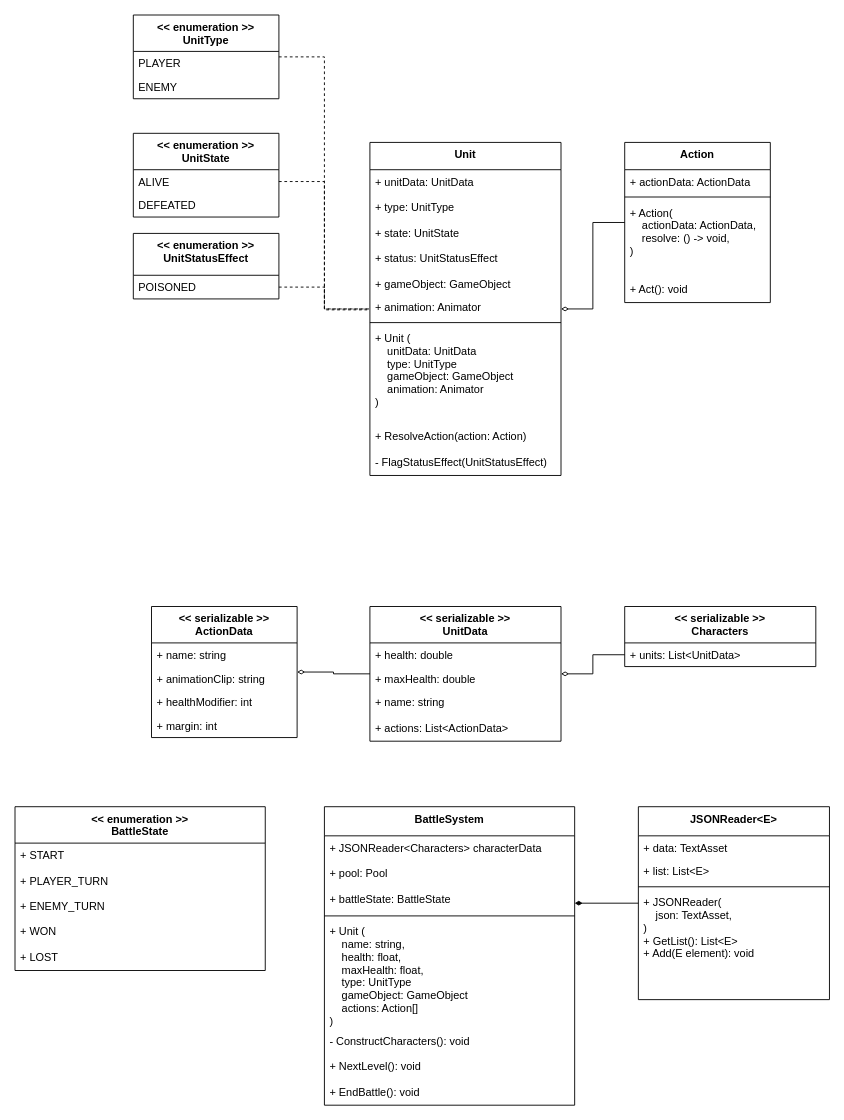
Above: Assets/Script/Battle/BattleSystem.drawio in ShinyRa/Brackeys-gamejam (draw.io), before the change. Source tidied: cells renumbered, new cells numbered last; positions are measured from the earlier drawing's top-left corner, leaving out a move shared by most shapes. Both pictures are drawn from the tidied source at 91%, with x=0, y=0 at pixel (15, 15).
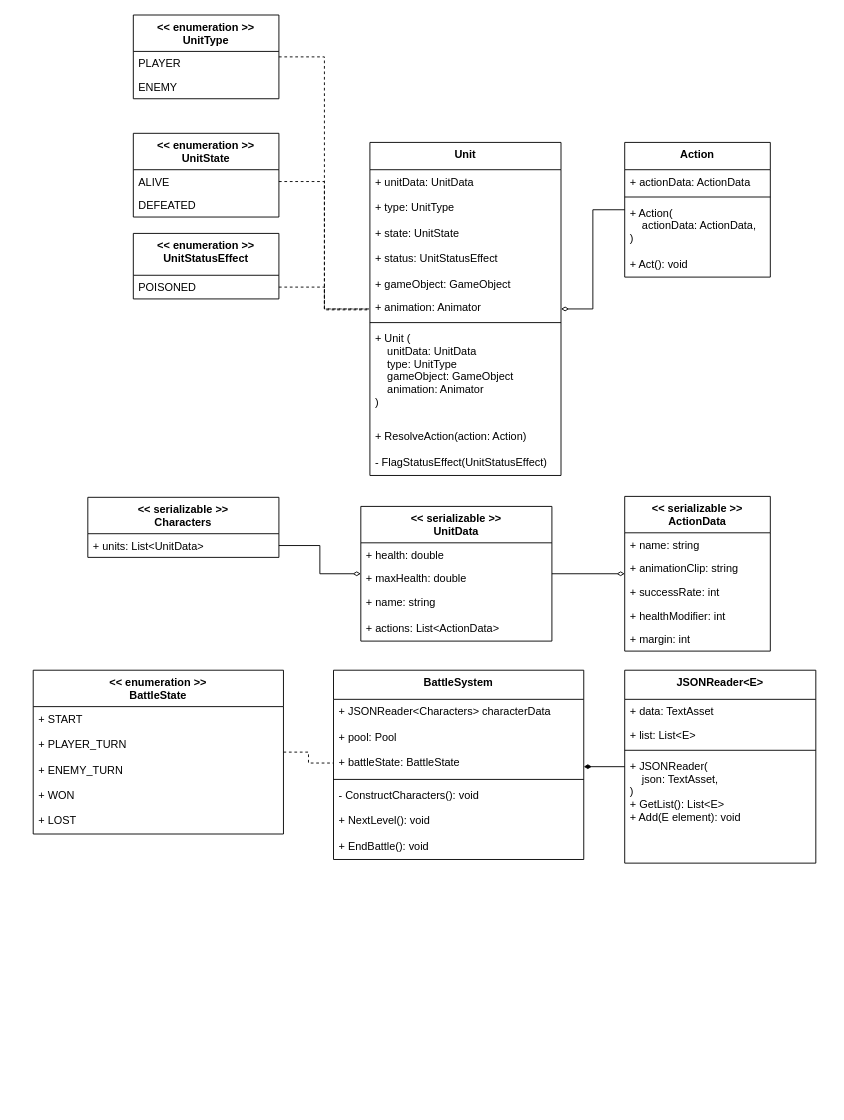
After the change.

Unchanged cells that the change refers to:
```xml
<mxCell id="33" value="+ battleState: BattleState" style="text;strokeColor=none;fillColor=none;align=left;verticalAlign=top;spacingLeft=4;spacingRight=4;overflow=hidden;points=[[0,0.5],[1,0.5]];portConstraint=eastwest;" parent="30" vertex="1">
  <mxGeometry y="88" width="275" height="28" as="geometry" />
</mxCell>
```

The edit, as a diff of the source:
```diff
@@
     <mxCell id="21" value="Action" style="swimlane;fontStyle=1;align=center;verticalAlign=top;horizontal=1;startSize=30;" parent="1" vertex="1">
-      <mxGeometry x="670" y="140" width="160" height="176" as="geometry" />
+      <mxGeometry x="670" y="140" width="160" height="148" as="geometry" />
     </mxCell>
@@
-    <mxCell id="24" value="+ Action(&#10;    actionData: ActionData,&#10;    resolve: () -&gt; void,&#10;)" style="text;strokeColor=none;fillColor=none;align=left;verticalAlign=top;spacingLeft=4;spacingRight=4;overflow=hidden;" parent="21" vertex="1">
-      <mxGeometry y="64" width="160" height="84" as="geometry" />
+    <mxCell id="24" value="+ Action(&#10;    actionData: ActionData,&#10;)" style="text;strokeColor=none;fillColor=none;align=left;verticalAlign=top;spacingLeft=4;spacingRight=4;overflow=hidden;" parent="21" vertex="1">
+      <mxGeometry y="64" width="160" height="56" as="geometry" />
     </mxCell>
     <mxCell id="25" value="+ Act(): void" style="text;strokeColor=none;fillColor=none;align=left;verticalAlign=top;spacingLeft=4;spacingRight=4;overflow=hidden;" parent="21" vertex="1">
-      <mxGeometry y="148" width="160" height="28" as="geometry" />
+      <mxGeometry y="120" width="160" height="28" as="geometry" />
     </mxCell>
@@
     <mxCell id="30" value="BattleSystem" style="swimlane;fontStyle=1;align=center;verticalAlign=top;horizontal=1;startSize=32;" parent="1" vertex="1">
-      <mxGeometry x="340" y="870" width="275" height="328" as="geometry" />
+      <mxGeometry x="350" y="720" width="275" height="208" as="geometry" />
     </mxCell>
@@
-    <mxCell id="35" value="+ Unit (&#10;    name: string,&#10;    health: float,&#10;    maxHealth: float,&#10;    type: UnitType&#10;    gameObject: GameObject&#10;    actions: Action[]    &#10;)" style="text;strokeColor=none;fillColor=none;align=left;verticalAlign=top;spacingLeft=4;spacingRight=4;overflow=hidden;" parent="30" vertex="1">
-      <mxGeometry y="124" width="275" height="120" as="geometry" />
-    </mxCell>
     <mxCell id="36" value="- ConstructCharacters(): void" style="text;strokeColor=none;fillColor=none;align=left;verticalAlign=top;spacingLeft=4;spacingRight=4;overflow=hidden;" parent="30" vertex="1">
-      <mxGeometry y="244" width="275" height="28" as="geometry" />
+      <mxGeometry y="124" width="275" height="28" as="geometry" />
     </mxCell>
     <mxCell id="37" value="+ NextLevel(): void" style="text;strokeColor=none;fillColor=none;align=left;verticalAlign=top;spacingLeft=4;spacingRight=4;overflow=hidden;" parent="30" vertex="1">
-      <mxGeometry y="272" width="275" height="28" as="geometry" />
+      <mxGeometry y="152" width="275" height="28" as="geometry" />
     </mxCell>
     <mxCell id="38" value="+ EndBattle(): void" style="text;strokeColor=none;fillColor=none;align=left;verticalAlign=top;spacingLeft=4;spacingRight=4;overflow=hidden;" parent="30" vertex="1">
-      <mxGeometry y="300" width="275" height="28" as="geometry" />
+      <mxGeometry y="180" width="275" height="28" as="geometry" />
     </mxCell>
     <mxCell id="39" style="edgeStyle=orthogonalEdgeStyle;rounded=0;jettySize=auto;html=1;startArrow=none;startFill=0;endArrow=diamondThin;endFill=1;startSize=6;endSize=6;strokeWidth=1;" parent="1" edge="1" source="40" target="30">
       <mxGeometry relative="1" as="geometry">
         <Array as="points">
-          <mxPoint x="845" y="990" />
-          <mxPoint x="845" y="990" />
+          <mxPoint x="865" y="840" />
+          <mxPoint x="865" y="840" />
         </Array>
       </mxGeometry>
     </mxCell>
     <mxCell id="40" value="JSONReader&lt;E&gt;" style="swimlane;fontStyle=1;align=center;verticalAlign=top;horizontal=1;startSize=32;" parent="1" vertex="1">
-      <mxGeometry x="685" y="870" width="210" height="212" as="geometry" />
+      <mxGeometry x="670" y="720" width="210" height="212" as="geometry" />
     </mxCell>
@@
     <mxCell id="45" value="&lt;&lt; serializable &gt;&gt;&#10;Characters" style="swimlane;fontStyle=1;align=center;verticalAlign=top;horizontal=1;startSize=40;" parent="1" vertex="1">
-      <mxGeometry x="670" y="650" width="210" height="66" as="geometry" />
+      <mxGeometry x="80" y="530" width="210" height="66" as="geometry" />
     </mxCell>
@@
     <mxCell id="47" value="&lt;&lt; serializable &gt;&gt;&#10;ActionData" style="swimlane;fontStyle=1;align=center;verticalAlign=top;horizontal=1;startSize=40;" parent="1" vertex="1">
-      <mxGeometry x="150" y="650" width="160" height="144" as="geometry" />
+      <mxGeometry x="670" y="529" width="160" height="170" as="geometry" />
     </mxCell>
@@
+    <mxCell id="65" value="+ successRate: int" style="text;strokeColor=none;fillColor=none;align=left;verticalAlign=top;spacingLeft=4;spacingRight=4;overflow=hidden;" parent="47" vertex="1">
+      <mxGeometry y="92" width="160" height="26" as="geometry" />
+    </mxCell>
     <mxCell id="50" value="+ healthModifier: int" style="text;strokeColor=none;fillColor=none;align=left;verticalAlign=top;spacingLeft=4;spacingRight=4;overflow=hidden;" parent="47" vertex="1">
-      <mxGeometry y="92" width="160" height="26" as="geometry" />
+      <mxGeometry y="118" width="160" height="26" as="geometry" />
     </mxCell>
     <mxCell id="51" value="+ margin: int" style="text;strokeColor=none;fillColor=none;align=left;verticalAlign=top;spacingLeft=4;spacingRight=4;overflow=hidden;" parent="47" vertex="1">
-      <mxGeometry y="118" width="160" height="26" as="geometry" />
+      <mxGeometry y="144" width="160" height="26" as="geometry" />
     </mxCell>
@@
     <mxCell id="53" value="&lt;&lt; serializable &gt;&gt;&#10;UnitData" style="swimlane;fontStyle=1;align=center;verticalAlign=top;horizontal=1;startSize=40;" parent="1" vertex="1">
-      <mxGeometry x="390" y="650" width="210" height="148" as="geometry" />
+      <mxGeometry x="380" y="540" width="210" height="148" as="geometry" />
     </mxCell>
@@
+    <mxCell id="66" style="edgeStyle=orthogonalEdgeStyle;rounded=0;jettySize=auto;html=1;startArrow=none;startFill=0;endArrow=none;endFill=0;startSize=6;endSize=6;strokeWidth=1;dashed=1;" parent="1" edge="1" source="59" target="33">
+      <mxGeometry relative="1" as="geometry" />
+    </mxCell>
     <mxCell id="59" value="&lt;&lt; enumeration &gt;&gt;&#10;BattleState" style="swimlane;fontStyle=1;align=center;verticalAlign=top;horizontal=1;startSize=40;" parent="1" vertex="1">
-      <mxGeometry y="870" width="275" height="180" as="geometry" />
+      <mxGeometry x="20" y="720" width="275" height="180" as="geometry" />
     </mxCell>
```
